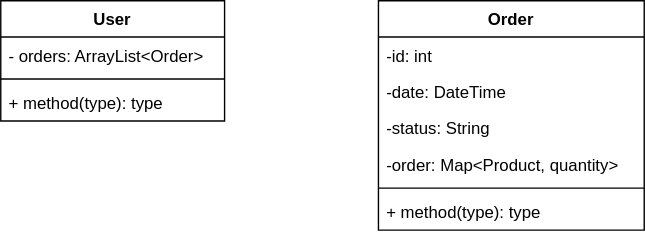
The draw.io diagram src/main/java/uml.svg in danted9822/Codecool-shop, before a commit. Source tidied: cells renumbered, new cells last; positions are measured from the earlier drawing's top-left corner, leaving out a move shared by most shapes. Its diagram source:
```xml
<mxGraphModel>
  <root>
    <mxCell id="0" />
    <mxCell id="1" parent="0" />
    <mxCell id="2" value="User" style="swimlane;fontStyle=1;align=center;verticalAlign=top;horizontal=1;startSize=26;" parent="1" vertex="1">
      <mxGeometry width="160" height="86" as="geometry" />
    </mxCell>
    <mxCell id="3" value="- orders: ArrayList&lt;Order&gt;" style="text;strokeColor=none;fillColor=none;align=left;verticalAlign=top;spacingLeft=4;spacingRight=4;overflow=hidden;" parent="2" vertex="1">
      <mxGeometry y="26" width="160" height="26" as="geometry" />
    </mxCell>
    <mxCell id="4" style="line;strokeWidth=1;fillColor=none;align=left;verticalAlign=middle;spacingTop=-1;spacingLeft=3;spacingRight=3;labelPosition=right;" parent="2" vertex="1">
      <mxGeometry y="52" width="160" height="8" as="geometry" />
    </mxCell>
    <mxCell id="5" value="+ method(type): type" style="text;strokeColor=none;fillColor=none;align=left;verticalAlign=top;spacingLeft=4;spacingRight=4;overflow=hidden;" parent="2" vertex="1">
      <mxGeometry y="60" width="160" height="26" as="geometry" />
    </mxCell>
    <mxCell id="6" value="Order" style="swimlane;fontStyle=1;align=center;verticalAlign=top;horizontal=1;startSize=26;" parent="1" vertex="1">
      <mxGeometry x="270" width="190" height="164" as="geometry" />
    </mxCell>
    <mxCell id="7" value="-id: int&#10; " style="text;strokeColor=none;fillColor=none;align=left;verticalAlign=top;spacingLeft=4;spacingRight=4;overflow=hidden;" parent="6" vertex="1">
      <mxGeometry y="26" width="190" height="26" as="geometry" />
    </mxCell>
    <mxCell id="8" value="-date: DateTime" style="text;strokeColor=none;fillColor=none;align=left;verticalAlign=top;spacingLeft=4;spacingRight=4;overflow=hidden;" parent="6" vertex="1">
      <mxGeometry y="52" width="190" height="26" as="geometry" />
    </mxCell>
    <mxCell id="9" value="-status: String" style="text;strokeColor=none;fillColor=none;align=left;verticalAlign=top;spacingLeft=4;spacingRight=4;overflow=hidden;" parent="6" vertex="1">
      <mxGeometry y="78" width="190" height="26" as="geometry" />
    </mxCell>
    <mxCell id="10" value="-cart: Map&lt;Product, quantity&gt;" style="text;strokeColor=none;fillColor=none;align=left;verticalAlign=top;spacingLeft=4;spacingRight=4;overflow=hidden;" parent="6" vertex="1">
      <mxGeometry y="104" width="190" height="26" as="geometry" />
    </mxCell>
    <mxCell id="11" style="line;strokeWidth=1;fillColor=none;align=left;verticalAlign=middle;spacingTop=-1;spacingLeft=3;spacingRight=3;labelPosition=right;" parent="6" vertex="1">
      <mxGeometry y="130" width="190" height="8" as="geometry" />
    </mxCell>
    <mxCell id="12" value="+ method(type): type" style="text;strokeColor=none;fillColor=none;align=left;verticalAlign=top;spacingLeft=4;spacingRight=4;overflow=hidden;" parent="6" vertex="1">
      <mxGeometry y="138" width="190" height="26" as="geometry" />
    </mxCell>
  </root>
</mxGraphModel>
```
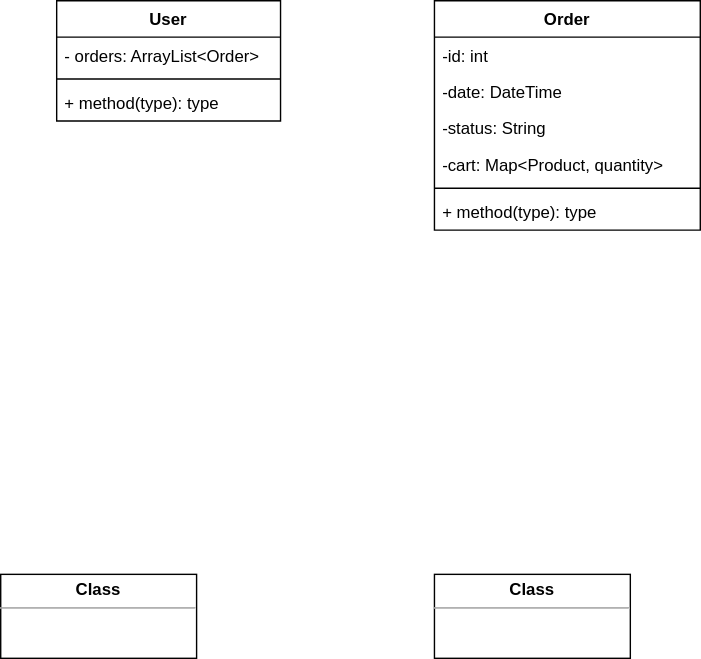
The same file after the commit.

Commit message:
Add username & password to User class

What changed in the source:
```diff
@@ -35,5 +35,11 @@
     <mxCell id="12" value="+ method(type): type" style="text;strokeColor=none;fillColor=none;align=left;verticalAlign=top;spacingLeft=4;spacingRight=4;overflow=hidden;" parent="6" vertex="1">
       <mxGeometry y="138" width="190" height="26" as="geometry" />
     </mxCell>
+    <mxCell id="13" value="&lt;p style=&quot;margin:0px;margin-top:4px;text-align:center;&quot;&gt;&lt;b&gt;Class&lt;/b&gt;&lt;/p&gt;&lt;hr size=&quot;1&quot;/&gt;&lt;div style=&quot;height:2px;&quot;&gt;&lt;/div&gt;" style="verticalAlign=top;align=left;overflow=fill;fontSize=12;fontFamily=Helvetica;html=1;" parent="1" vertex="1">
+      <mxGeometry x="-40" y="410" width="140" height="60" as="geometry" />
+    </mxCell>
+    <mxCell id="14" value="&lt;p style=&quot;margin:0px;margin-top:4px;text-align:center;&quot;&gt;&lt;b&gt;Class&lt;/b&gt;&lt;/p&gt;&lt;hr size=&quot;1&quot;/&gt;&lt;div style=&quot;height:2px;&quot;&gt;&lt;/div&gt;" style="verticalAlign=top;align=left;overflow=fill;fontSize=12;fontFamily=Helvetica;html=1;" parent="1" vertex="1">
+      <mxGeometry x="270" y="410" width="140" height="60" as="geometry" />
+    </mxCell>
   </root>
 </mxGraphModel>
```
